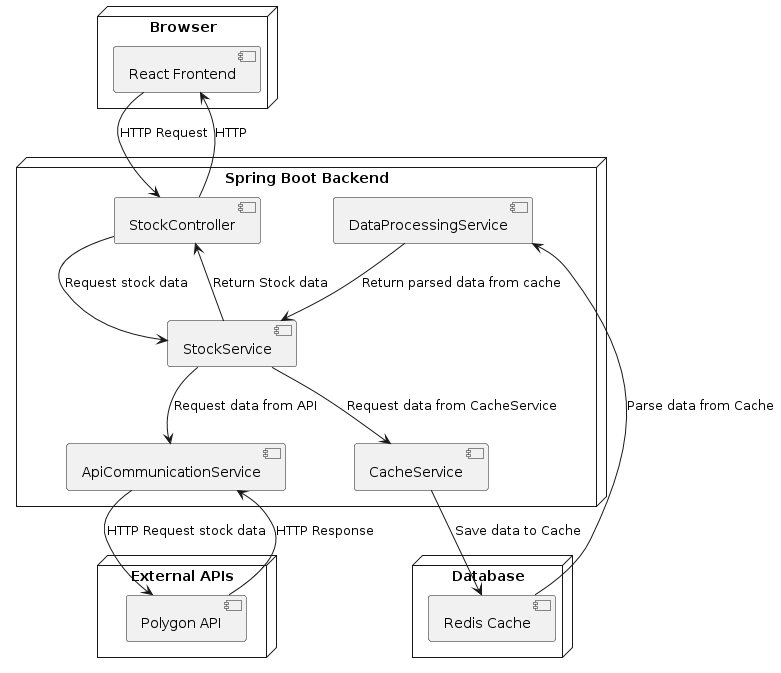
Above: Bilder/UML-Deployment-Diagramm.png in serap4/sqs-projekt-aktienanzeiger (PlantUML), before the change.
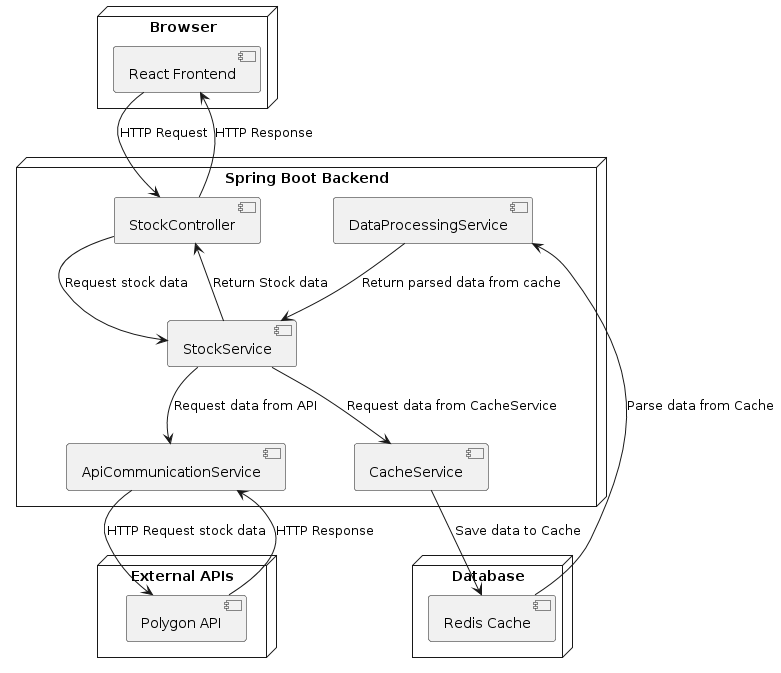
After the commit.

The edit, as a diff of the source:
```diff
@@ -29,5 +29,5 @@
 "Polygon API" --> "ApiCommunicationService" : HTTP Response
 "DataProcessingService" --> "StockService" : Return parsed data from cache
 "StockService" --> "StockController": Return Stock data
-"StockController" --> "React Frontend" : HTTP
+"StockController" --> "React Frontend" : HTTP Response
 @enduml
```
